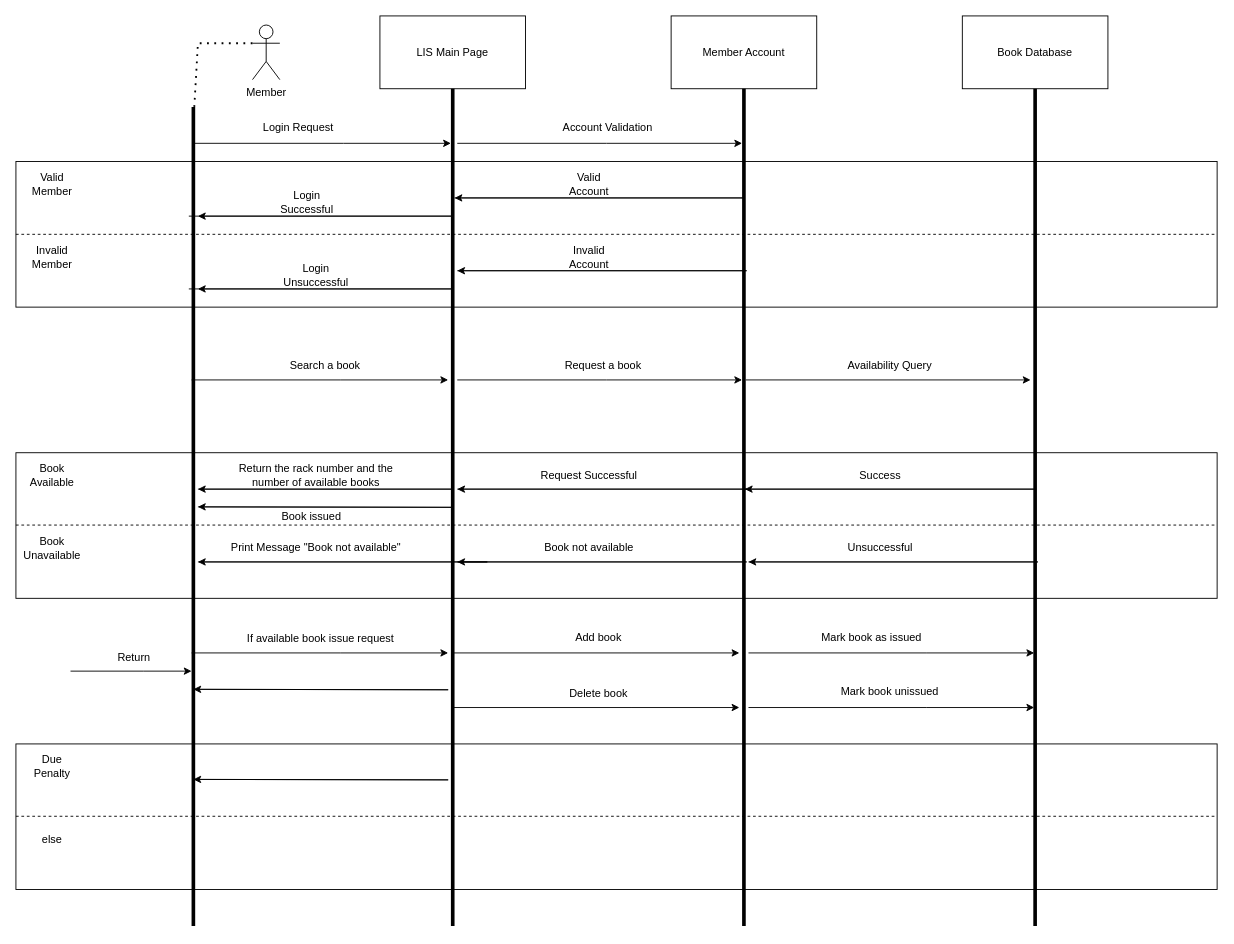
This is LIS-seq.drawio from amRohitKumar/software-lab, a draw.io file, before an edit. Source tidied: cells renumbered, new cells numbered last; positions are measured from the earlier drawing's top-left corner, leaving out a move shared by most shapes. Both pictures are drawn from the tidied source at 91%, with x=0, y=0 at pixel (15, 15).
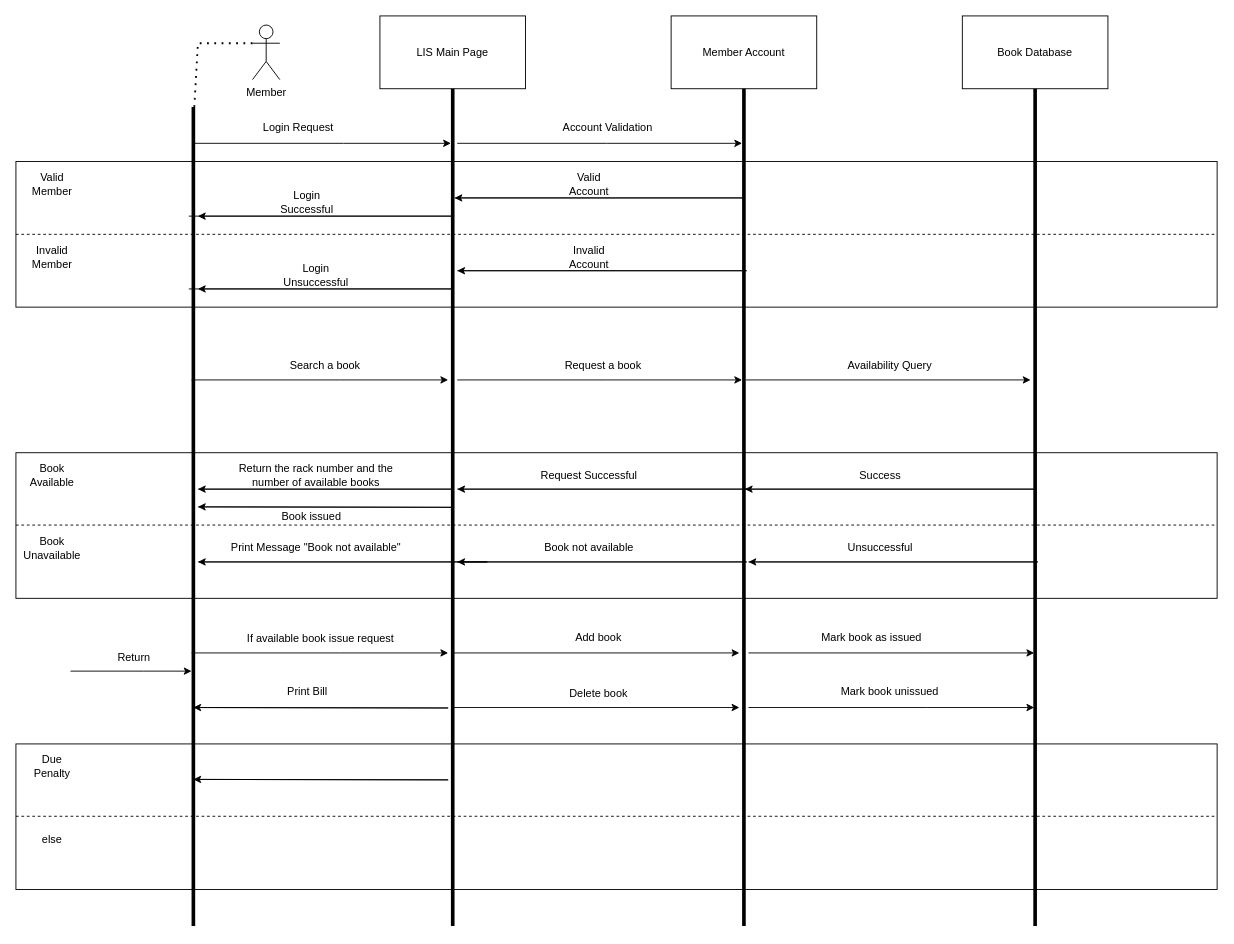
After the change.

Change to the diagram source:
```diff
@@
     <mxCell id="58" style="endArrow=classic;html=1;rounded=0;" parent="1" edge="1">
       <mxGeometry relative="1" as="geometry">
-        <mxPoint x="195" y="740" as="sourcePoint" />
-        <mxPoint x="195" y="740" as="targetPoint" />
+        <mxPoint x="195" y="760" as="sourcePoint" />
+        <mxPoint x="195" y="760" as="targetPoint" />
         <Array as="points">
-          <mxPoint x="475" y="740.5" />
+          <mxPoint x="475" y="760.5" />
         </Array>
       </mxGeometry>
     </mxCell>
@@
+    <mxCell id="70" value="Print Bill" style="text;html=1;align=center;verticalAlign=middle;strokeColor=none;fillColor=none;" parent="1" vertex="1">
+      <mxGeometry x="285" y="728" width="70" height="30" as="geometry" />
+    </mxCell>
```
